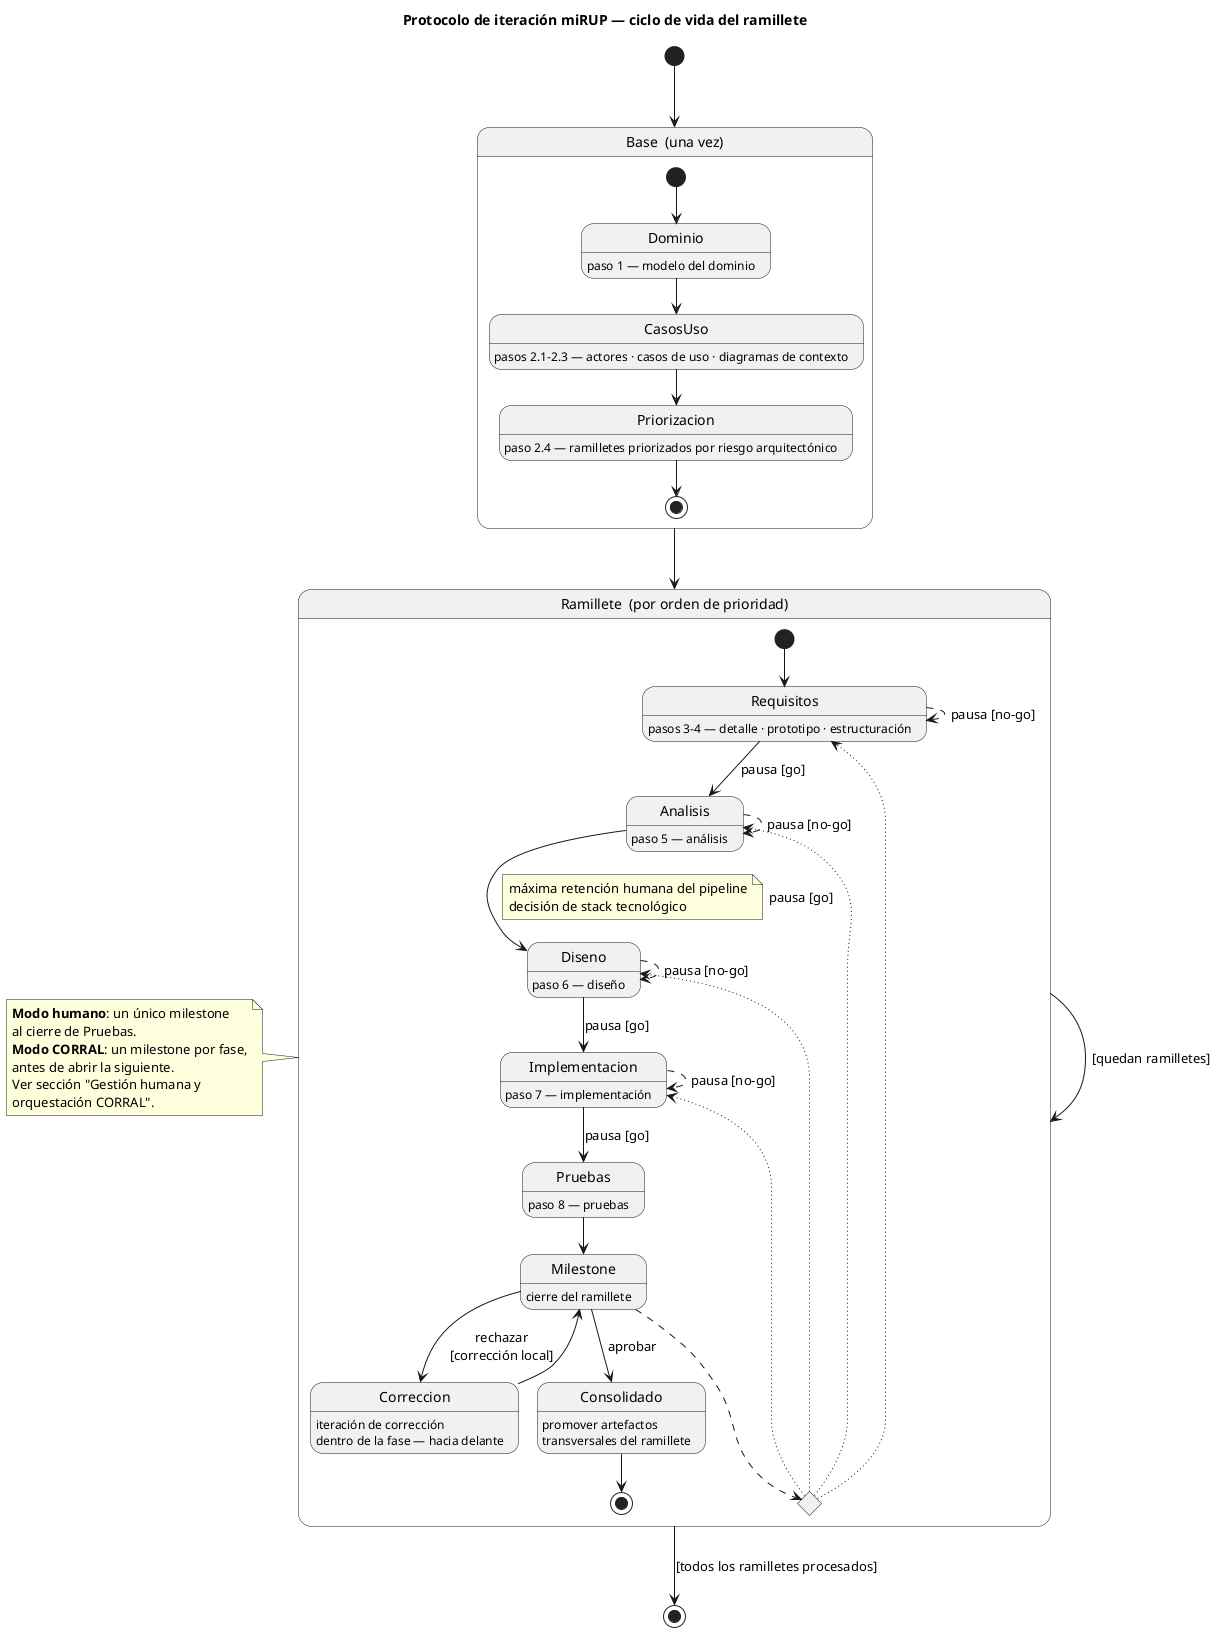
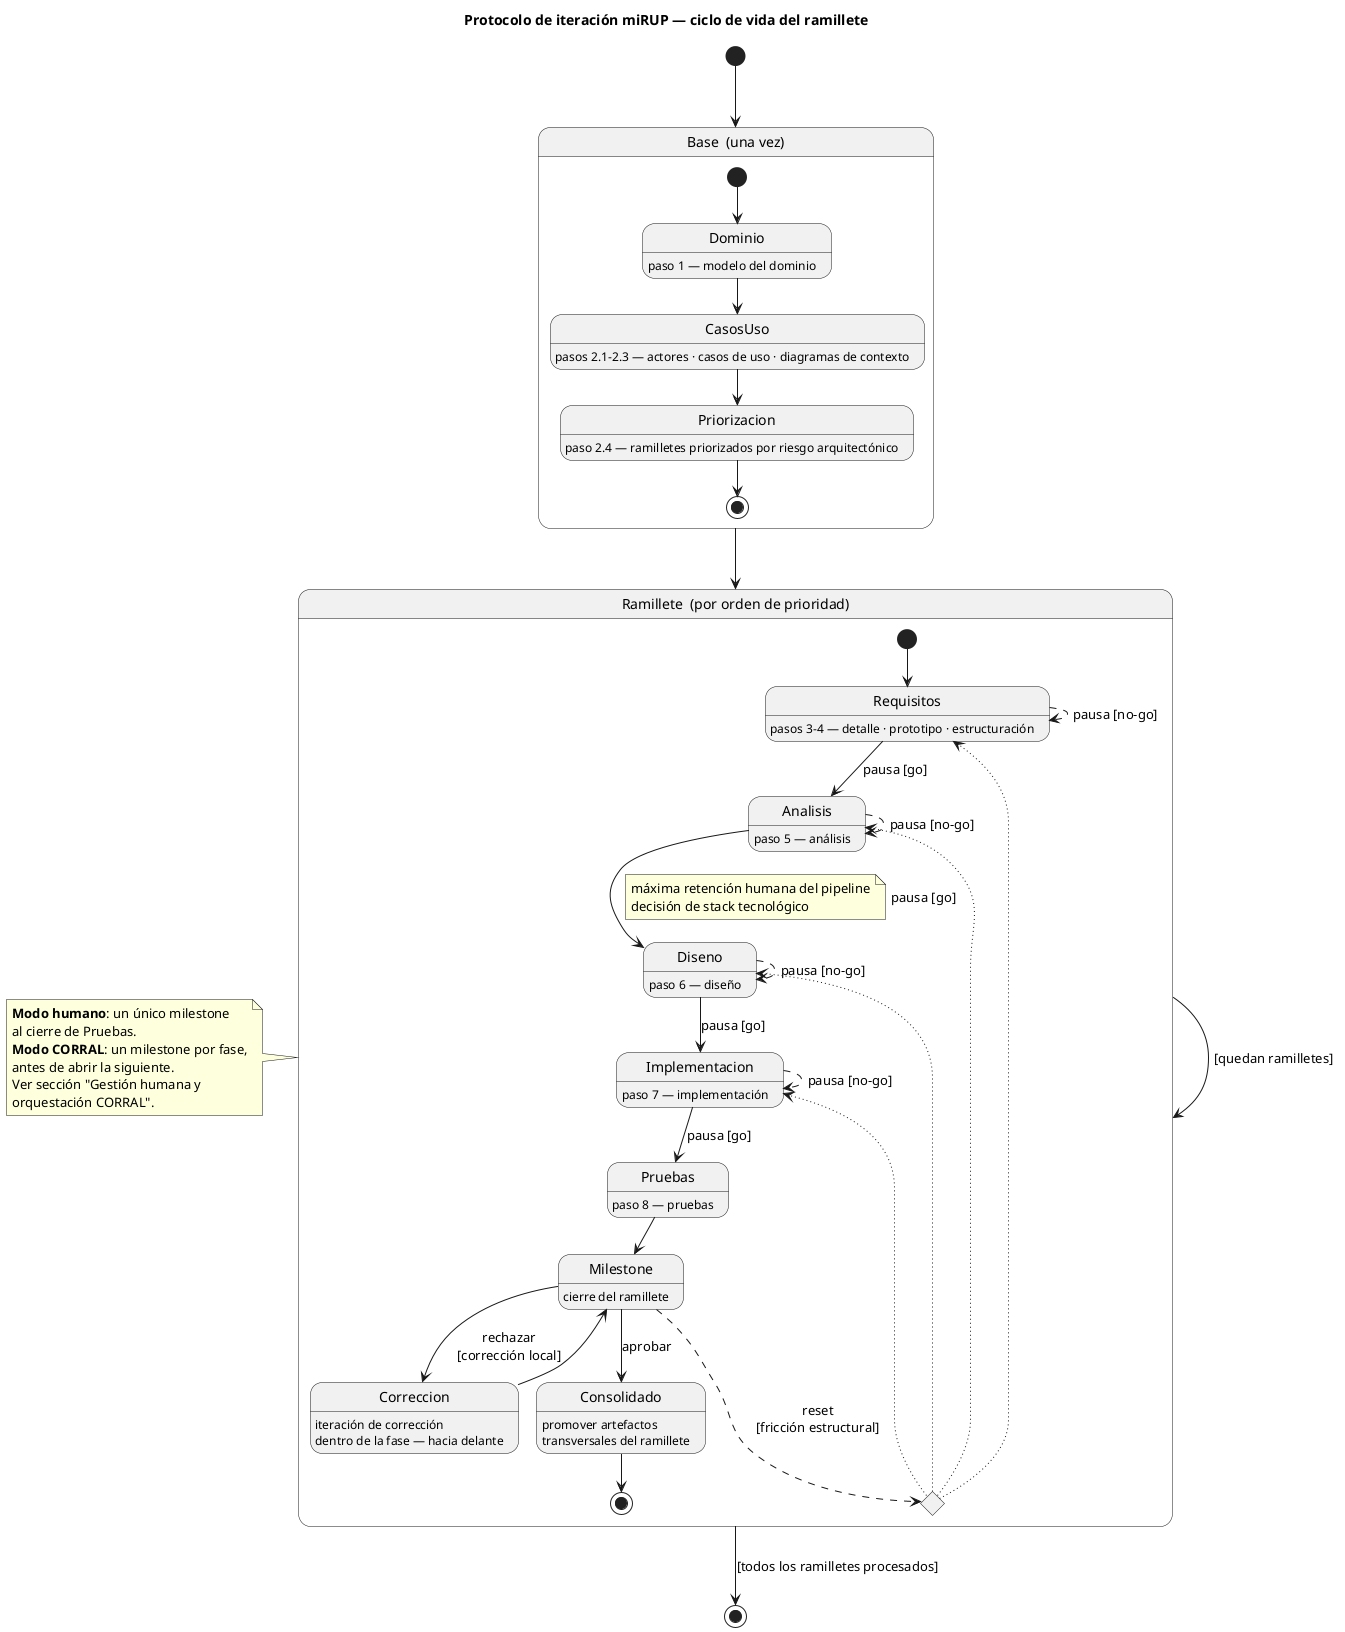
@startuml

title Protocolo de iteración miRUP — ciclo de vida del ramillete

[*] --> Base

state "Base  (una vez)" as Base {
  [*] --> Dominio
  Dominio : paso 1 — modelo del dominio
  Dominio --> CasosUso

  CasosUso : pasos 2.1–2.3 — actores · casos de uso · diagramas de contexto
  CasosUso --> Priorizacion

  Priorizacion : paso 2.4 — ramilletes priorizados por riesgo arquitectónico
  Priorizacion --> [*]
}

Base --> Ramillete

state "Ramillete  (por orden de prioridad)" as Ramillete {

  [*] --> Requisitos

  Requisitos : pasos 3–4 — detalle · prototipo · estructuración
  Requisitos -[dashed]-> Requisitos : pausa [no-go]
  Requisitos --> Analisis : pausa [go]

  Analisis : paso 5 — análisis
  Analisis -[dashed]-> Analisis : pausa [no-go]
  Analisis --> Diseno : pausa [go]

  note left on link
    máxima retención humana del pipeline
    decisión de stack tecnológico
  end note

  Diseno : paso 6 — diseño
  Diseno -[dashed]-> Diseno : pausa [no-go]
  Diseno --> Implementacion : pausa [go]

  Implementacion : paso 7 — implementación
  Implementacion -[dashed]-> Implementacion : pausa [no-go]
  Implementacion --> Pruebas : pausa [go]

  Pruebas : paso 8 — pruebas
  Pruebas --> Milestone

  state Milestone : cierre del ramillete
  Milestone --> Correccion : rechazar\n[corrección local]
  Milestone --> Consolidado : aprobar

  state Correccion : iteración de corrección\ndentro de la fase — hacia delante
  Correccion --> Milestone

  state Consolidado : promover artefactos\ntransversales del ramillete
  Consolidado --> [*]

  state Reset <<choice>>

-   Milestone -[dashed]--> Reset
+   Milestone -[dashed]--> Reset : reset\n[fricción estructural]

  Reset -[dotted]--> Requisitos
  Reset -[dotted]--> Analisis
  Reset -[dotted]--> Diseno
  Reset -[dotted]-> Implementacion
  'Reset -[dotted]-> Pruebas
}

Ramillete --> Ramillete : [quedan ramilletes]
Ramillete --> [*] : [todos los ramilletes procesados]

note left of Ramillete
  <b>Modo humano</b>: un único milestone
  al cierre de Pruebas.
  <b>Modo CORRAL</b>: un milestone por fase,
  antes de abrir la siguiente.
  Ver sección "Gestión humana y
  orquestación CORRAL".
end note

@enduml
